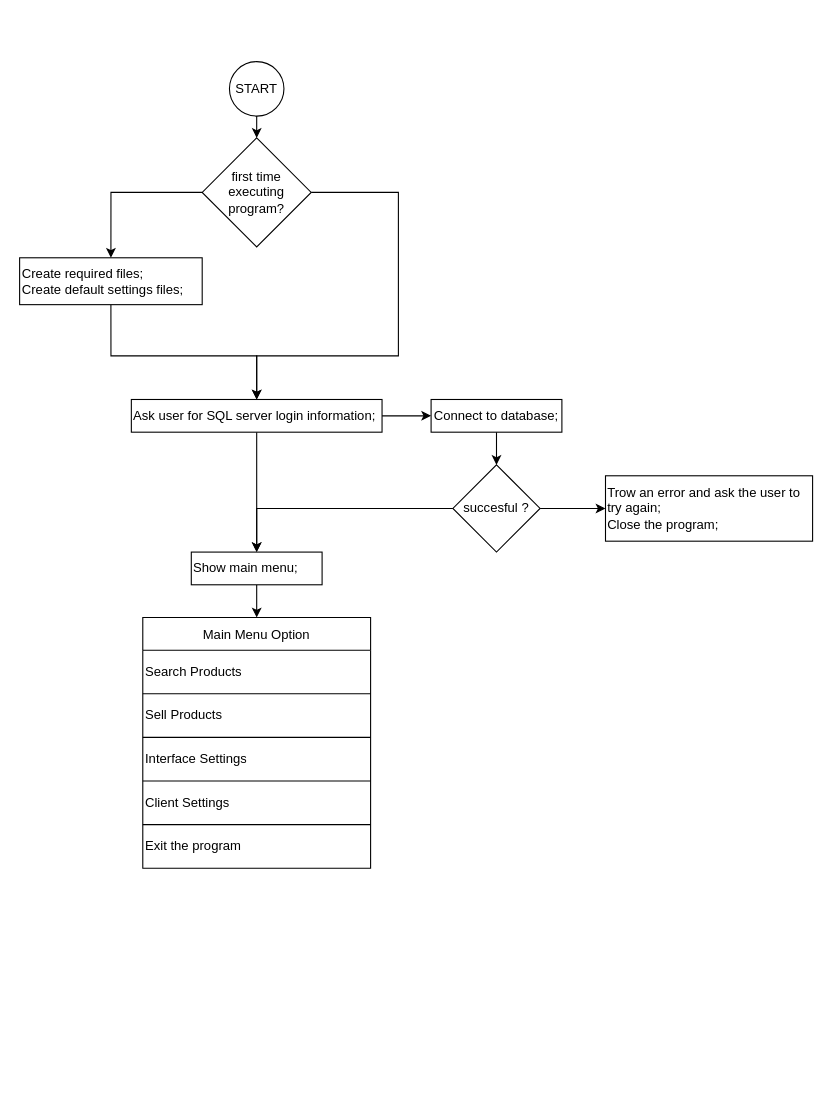
Earlier version of the draw.io diagram page "Main menu loop" (1 of 2) of docs/program_flow_chart.drawio (NamlessChokko/StockiFy). Source tidied: cells renumbered, new cells numbered last; positions are measured from the earlier drawing's top-left corner, leaving out a move shared by most shapes. Both pictures are drawn from the tidied source at 109%, with x=0, y=0 at pixel (19, 61).
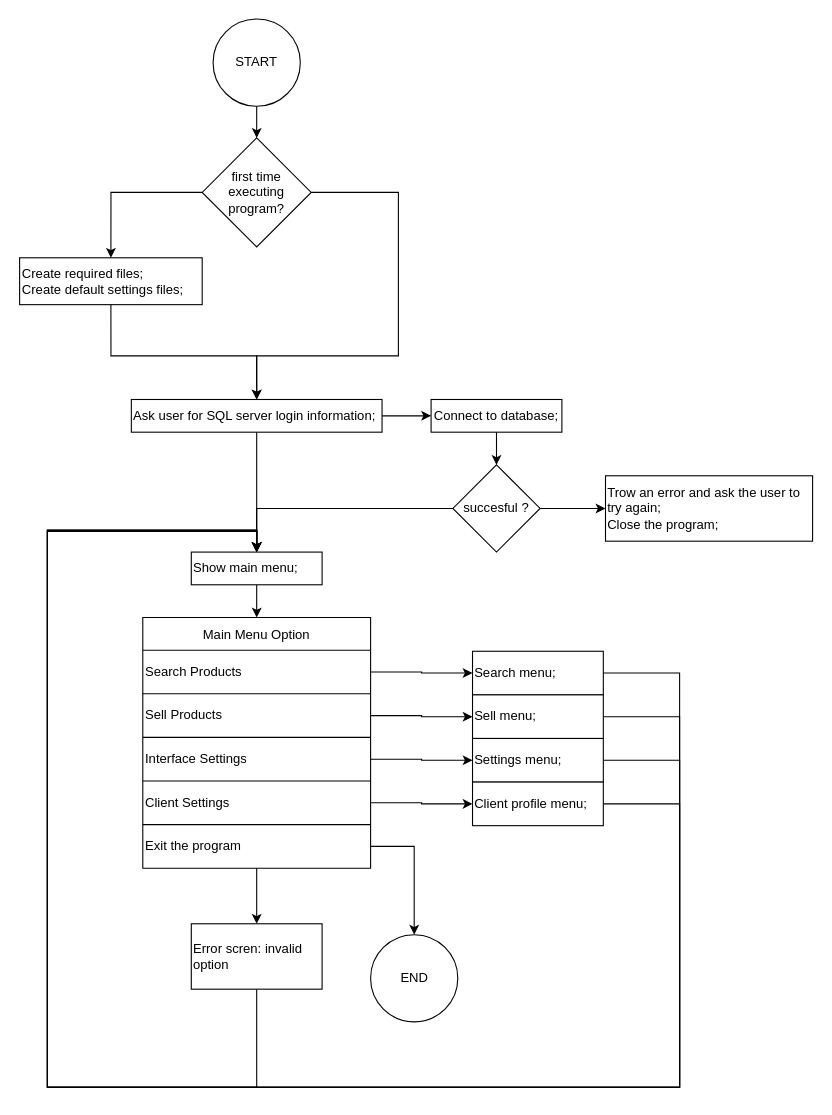
The same diagram, later.

Commit message:
Main menu flow chart finished

Unchanged cells that the change refers to:
```xml
<mxCell id="8" value="first time executing program?" style="rhombus;whiteSpace=wrap;html=1;" parent="1" vertex="1">
  <mxGeometry x="168" y="70" width="100" height="100" as="geometry" />
</mxCell>
<mxCell id="21" value="Show main menu;" style="whiteSpace=wrap;html=1;align=left;" parent="1" vertex="1">
  <mxGeometry x="158" y="450" width="120" height="30" as="geometry" />
</mxCell>
<mxCell id="22" value="Main Menu Option" style="shape=table;startSize=30;childLayout=tableLayout;" parent="1" vertex="1">
  <mxGeometry x="113.5" y="510" width="209" height="230" as="geometry" />
</mxCell>
<mxCell id="23" style="shape=tableRow;horizontal=0;startSize=0;swimlaneHead=0;swimlaneBody=0;strokeColor=inherit;top=0;left=0;bottom=0;right=0;fillColor=none;points=[[0,0.5],[1,0.5]];portConstraint=eastwest;" parent="22" vertex="1">
  <mxGeometry y="30" width="209" height="40" as="geometry" />
</mxCell>
<mxCell id="25" style="shape=tableRow;horizontal=0;startSize=0;swimlaneHead=0;swimlaneBody=0;strokeColor=inherit;top=0;left=0;bottom=0;right=0;fillColor=none;points=[[0,0.5],[1,0.5]];portConstraint=eastwest;" parent="22" vertex="1">
  <mxGeometry y="70" width="209" height="40" as="geometry" />
</mxCell>
<mxCell id="27" style="shape=tableRow;horizontal=0;startSize=0;swimlaneHead=0;swimlaneBody=0;strokeColor=inherit;top=0;left=0;bottom=0;right=0;fillColor=none;points=[[0,0.5],[1,0.5]];portConstraint=eastwest;" parent="22" vertex="1">
  <mxGeometry y="110" width="209" height="40" as="geometry" />
</mxCell>
<mxCell id="29" style="shape=tableRow;horizontal=0;startSize=0;swimlaneHead=0;swimlaneBody=0;strokeColor=inherit;top=0;left=0;bottom=0;right=0;fillColor=none;points=[[0,0.5],[1,0.5]];portConstraint=eastwest;" parent="22" vertex="1">
  <mxGeometry y="150" width="209" height="40" as="geometry" />
</mxCell>
<mxCell id="31" style="shape=tableRow;horizontal=0;startSize=0;swimlaneHead=0;swimlaneBody=0;strokeColor=inherit;top=0;left=0;bottom=0;right=0;fillColor=none;points=[[0,0.5],[1,0.5]];portConstraint=eastwest;" parent="22" vertex="1">
  <mxGeometry y="190" width="209" height="40" as="geometry" />
</mxCell>
```

Change to the diagram source:
```diff
@@
-    <mxCell id="2" style="edgeStyle=orthogonalEdgeStyle;rounded=0;jettySize=auto;html=1;exitX=0.5;exitY=1;exitDx=0;exitDy=0;entryX=0.5;entryY=0;entryDx=0;entryDy=0;" parent="1" edge="1" source="3" target="8">
-      <mxGeometry relative="1" as="geometry" />
-    </mxCell>
-    <mxCell id="3" value="START" style="ellipse;whiteSpace=wrap;html=1;" parent="1" vertex="1">
-      <mxGeometry x="193" width="50" height="50" as="geometry" />
-    </mxCell>
@@
+    <mxCell id="33" style="edgeStyle=orthogonalEdgeStyle;rounded=0;jettySize=auto;html=1;exitX=0.5;exitY=1;exitDx=0;exitDy=0;" parent="1" edge="1" source="22" target="49">
+      <mxGeometry relative="1" as="geometry" />
+    </mxCell>
@@
+    <mxCell id="34" style="edgeStyle=orthogonalEdgeStyle;rounded=0;jettySize=auto;html=1;exitX=1;exitY=0.5;exitDx=0;exitDy=0;entryX=0.5;entryY=0;entryDx=0;entryDy=0;" parent="1" edge="1" source="31" target="35">
+      <mxGeometry relative="1" as="geometry" />
+    </mxCell>
+    <mxCell id="35" value="END" style="ellipse;whiteSpace=wrap;html=1;" parent="1" vertex="1">
+      <mxGeometry x="322.5" y="801" width="80" height="80" as="geometry" />
+    </mxCell>
+    <mxCell id="2" style="edgeStyle=orthogonalEdgeStyle;rounded=0;jettySize=auto;html=1;exitX=0.5;exitY=1;exitDx=0;exitDy=0;entryX=0.5;entryY=0;entryDx=0;entryDy=0;" parent="1" edge="1" source="3" target="8">
+      <mxGeometry relative="1" as="geometry" />
+    </mxCell>
+    <mxCell id="3" value="START" style="ellipse;whiteSpace=wrap;html=1;" parent="1" vertex="1">
+      <mxGeometry x="178" y="-39" width="80" height="80" as="geometry" />
+    </mxCell>
+    <mxCell id="36" style="edgeStyle=orthogonalEdgeStyle;rounded=0;jettySize=auto;html=1;exitX=1;exitY=0.5;exitDx=0;exitDy=0;entryX=0.5;entryY=0;entryDx=0;entryDy=0;" parent="1" edge="1" source="37" target="21">
+      <mxGeometry relative="1" as="geometry">
+        <Array as="points">
+          <mxPoint x="606" y="561" />
+          <mxPoint x="606" y="941" />
+          <mxPoint x="26" y="941" />
+          <mxPoint x="26" y="430" />
+          <mxPoint x="218" y="430" />
+        </Array>
+      </mxGeometry>
+    </mxCell>
+    <mxCell id="37" value="Search menu;" style="whiteSpace=wrap;html=1;align=left;" parent="1" vertex="1">
+      <mxGeometry x="416" y="541" width="120" height="40" as="geometry" />
+    </mxCell>
+    <mxCell id="38" style="edgeStyle=orthogonalEdgeStyle;rounded=0;jettySize=auto;html=1;exitX=1;exitY=0.5;exitDx=0;exitDy=0;entryX=0.5;entryY=0;entryDx=0;entryDy=0;" parent="1" edge="1" source="39" target="21">
+      <mxGeometry relative="1" as="geometry">
+        <Array as="points">
+          <mxPoint x="606" y="601" />
+          <mxPoint x="606" y="941" />
+          <mxPoint x="26" y="941" />
+          <mxPoint x="26" y="430" />
+          <mxPoint x="218" y="430" />
+        </Array>
+      </mxGeometry>
+    </mxCell>
+    <mxCell id="39" value="Sell menu;" style="whiteSpace=wrap;html=1;align=left;" parent="1" vertex="1">
+      <mxGeometry x="416" y="581" width="120" height="40" as="geometry" />
+    </mxCell>
+    <mxCell id="40" style="edgeStyle=orthogonalEdgeStyle;rounded=0;jettySize=auto;html=1;exitX=1;exitY=0.5;exitDx=0;exitDy=0;entryX=0.5;entryY=0;entryDx=0;entryDy=0;" parent="1" edge="1" source="41" target="21">
+      <mxGeometry relative="1" as="geometry">
+        <Array as="points">
+          <mxPoint x="606" y="641" />
+          <mxPoint x="606" y="941" />
+          <mxPoint x="26" y="941" />
+          <mxPoint x="26" y="430" />
+          <mxPoint x="218" y="430" />
+        </Array>
+      </mxGeometry>
+    </mxCell>
+    <mxCell id="41" value="Settings menu;" style="whiteSpace=wrap;html=1;align=left;" parent="1" vertex="1">
+      <mxGeometry x="416" y="621" width="120" height="40" as="geometry" />
+    </mxCell>
+    <mxCell id="42" style="edgeStyle=orthogonalEdgeStyle;rounded=0;jettySize=auto;html=1;exitX=1;exitY=0.5;exitDx=0;exitDy=0;entryX=0.5;entryY=0;entryDx=0;entryDy=0;" parent="1" edge="1" source="43" target="21">
+      <mxGeometry relative="1" as="geometry">
+        <Array as="points">
+          <mxPoint x="606" y="681" />
+          <mxPoint x="606" y="941" />
+          <mxPoint x="26" y="941" />
+          <mxPoint x="26" y="430" />
+          <mxPoint x="218" y="430" />
+        </Array>
+      </mxGeometry>
+    </mxCell>
+    <mxCell id="43" value="Client profile menu;" style="whiteSpace=wrap;html=1;align=left;" parent="1" vertex="1">
+      <mxGeometry x="416" y="661" width="120" height="40" as="geometry" />
+    </mxCell>
+    <mxCell id="44" style="edgeStyle=orthogonalEdgeStyle;rounded=0;jettySize=auto;html=1;exitX=1;exitY=0.5;exitDx=0;exitDy=0;entryX=0;entryY=0.5;entryDx=0;entryDy=0;" parent="1" edge="1" source="23" target="37">
+      <mxGeometry relative="1" as="geometry" />
+    </mxCell>
+    <mxCell id="45" style="edgeStyle=orthogonalEdgeStyle;rounded=0;jettySize=auto;html=1;exitX=1;exitY=0.5;exitDx=0;exitDy=0;entryX=0;entryY=0.5;entryDx=0;entryDy=0;" parent="1" edge="1" source="25" target="39">
+      <mxGeometry relative="1" as="geometry" />
+    </mxCell>
+    <mxCell id="46" style="edgeStyle=orthogonalEdgeStyle;rounded=0;jettySize=auto;html=1;exitX=1;exitY=0.5;exitDx=0;exitDy=0;entryX=0;entryY=0.5;entryDx=0;entryDy=0;" parent="1" edge="1" source="27" target="41">
+      <mxGeometry relative="1" as="geometry" />
+    </mxCell>
+    <mxCell id="47" style="edgeStyle=orthogonalEdgeStyle;rounded=0;jettySize=auto;html=1;exitX=1;exitY=0.5;exitDx=0;exitDy=0;entryX=0;entryY=0.5;entryDx=0;entryDy=0;" parent="1" edge="1" source="29" target="43">
+      <mxGeometry relative="1" as="geometry" />
+    </mxCell>
+    <mxCell id="48" style="edgeStyle=orthogonalEdgeStyle;rounded=0;jettySize=auto;html=1;exitX=0.5;exitY=1;exitDx=0;exitDy=0;entryX=0.5;entryY=0;entryDx=0;entryDy=0;" parent="1" edge="1" source="49" target="21">
+      <mxGeometry relative="1" as="geometry">
+        <Array as="points">
+          <mxPoint x="218" y="941" />
+          <mxPoint x="26" y="941" />
+          <mxPoint x="26" y="431" />
+          <mxPoint x="218" y="431" />
+        </Array>
+      </mxGeometry>
+    </mxCell>
+    <mxCell id="49" value="Error scren: invalid option" style="whiteSpace=wrap;html=1;align=left;" parent="1" vertex="1">
+      <mxGeometry x="158" y="791" width="120" height="60" as="geometry" />
+    </mxCell>
```
